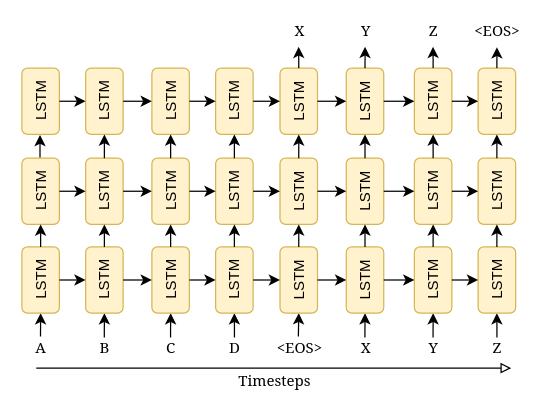
The draw.io diagram seq2seqmodel.drawio in pkhdipraja/nlp-highlights, before the edit. Source tidied: cells renumbered, new cells numbered last; positions are measured from the earlier drawing's top-left corner, leaving out a move shared by most shapes. Both pictures are drawn from the tidied source at 125%, with x=0, y=0 at pixel (8, 21).
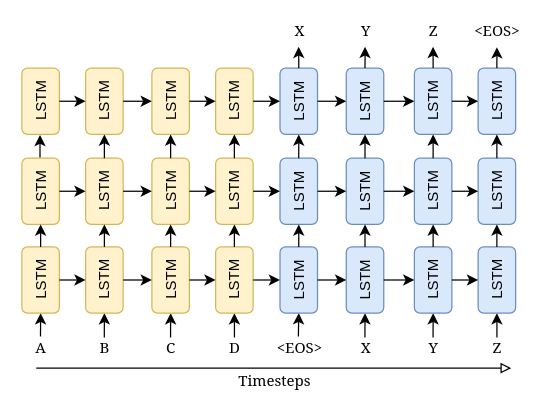
The same diagram, later.

Diff of the diagram source:
```diff
@@
-    <mxCell id="49" value="LSTM" style="rounded=1;whiteSpace=wrap;html=1;fillColor=#fff2cc;strokeColor=#d6b656;shadow=0;glass=0;comic=0;rotation=-90;" parent="1" vertex="1">
+    <mxCell id="49" value="LSTM" style="rounded=1;whiteSpace=wrap;html=1;fillColor=#dae8fc;strokeColor=#6c8ebf;shadow=0;glass=0;comic=0;rotation=-90;" parent="1" vertex="1">
       <mxGeometry x="206" y="191.5" width="53" height="30" as="geometry" />
     </mxCell>
-    <mxCell id="50" value="LSTM" style="rounded=1;whiteSpace=wrap;html=1;fillColor=#fff2cc;strokeColor=#d6b656;shadow=0;glass=0;comic=0;rotation=-90;" parent="1" vertex="1">
+    <mxCell id="50" value="LSTM" style="rounded=1;whiteSpace=wrap;html=1;fillColor=#dae8fc;strokeColor=#6c8ebf;shadow=0;glass=0;comic=0;rotation=-90;" parent="1" vertex="1">
       <mxGeometry x="259" y="191.5" width="53" height="30" as="geometry" />
     </mxCell>
-    <mxCell id="51" value="LSTM" style="rounded=1;whiteSpace=wrap;html=1;fillColor=#fff2cc;strokeColor=#d6b656;shadow=0;glass=0;comic=0;rotation=-90;" parent="1" vertex="1">
+    <mxCell id="51" value="LSTM" style="rounded=1;whiteSpace=wrap;html=1;fillColor=#dae8fc;strokeColor=#6c8ebf;shadow=0;glass=0;comic=0;rotation=-90;" parent="1" vertex="1">
       <mxGeometry x="313.5" y="191.5" width="53" height="30" as="geometry" />
     </mxCell>
-    <mxCell id="52" value="LSTM" style="rounded=1;whiteSpace=wrap;html=1;fillColor=#fff2cc;strokeColor=#d6b656;shadow=0;glass=0;comic=0;rotation=-90;" parent="1" vertex="1">
+    <mxCell id="52" value="LSTM" style="rounded=1;whiteSpace=wrap;html=1;fillColor=#dae8fc;strokeColor=#6c8ebf;shadow=0;glass=0;comic=0;rotation=-90;" parent="1" vertex="1">
       <mxGeometry x="364.5" y="191.5" width="53" height="30" as="geometry" />
     </mxCell>
@@
-    <mxCell id="56" value="LSTM" style="rounded=1;whiteSpace=wrap;html=1;fillColor=#fff2cc;strokeColor=#d6b656;shadow=0;glass=0;comic=0;rotation=-90;" parent="1" vertex="1">
+    <mxCell id="56" value="LSTM" style="rounded=1;whiteSpace=wrap;html=1;fillColor=#dae8fc;strokeColor=#6c8ebf;shadow=0;glass=0;comic=0;rotation=-90;" parent="1" vertex="1">
       <mxGeometry x="206" y="120.5" width="53" height="30" as="geometry" />
     </mxCell>
-    <mxCell id="57" value="LSTM" style="rounded=1;whiteSpace=wrap;html=1;fillColor=#fff2cc;strokeColor=#d6b656;shadow=0;glass=0;comic=0;rotation=-90;" parent="1" vertex="1">
+    <mxCell id="57" value="LSTM" style="rounded=1;whiteSpace=wrap;html=1;fillColor=#dae8fc;strokeColor=#6c8ebf;shadow=0;glass=0;comic=0;rotation=-90;" parent="1" vertex="1">
       <mxGeometry x="259" y="120.5" width="53" height="30" as="geometry" />
     </mxCell>
-    <mxCell id="58" value="LSTM" style="rounded=1;whiteSpace=wrap;html=1;fillColor=#fff2cc;strokeColor=#d6b656;shadow=0;glass=0;comic=0;rotation=-90;" parent="1" vertex="1">
+    <mxCell id="58" value="LSTM" style="rounded=1;whiteSpace=wrap;html=1;fillColor=#dae8fc;strokeColor=#6c8ebf;shadow=0;glass=0;comic=0;rotation=-90;" parent="1" vertex="1">
       <mxGeometry x="364.5" y="48.5" width="53" height="30" as="geometry" />
     </mxCell>
-    <mxCell id="59" value="LSTM" style="rounded=1;whiteSpace=wrap;html=1;fillColor=#fff2cc;strokeColor=#d6b656;shadow=0;glass=0;comic=0;rotation=-90;" parent="1" vertex="1">
+    <mxCell id="59" value="LSTM" style="rounded=1;whiteSpace=wrap;html=1;fillColor=#dae8fc;strokeColor=#6c8ebf;shadow=0;glass=0;comic=0;rotation=-90;" parent="1" vertex="1">
       <mxGeometry x="313.5" y="120.5" width="53" height="30" as="geometry" />
     </mxCell>
-    <mxCell id="60" value="LSTM" style="rounded=1;whiteSpace=wrap;html=1;fillColor=#fff2cc;strokeColor=#d6b656;shadow=0;glass=0;comic=0;rotation=-90;" parent="1" vertex="1">
+    <mxCell id="60" value="LSTM" style="rounded=1;whiteSpace=wrap;html=1;fillColor=#dae8fc;strokeColor=#6c8ebf;shadow=0;glass=0;comic=0;rotation=-90;" parent="1" vertex="1">
       <mxGeometry x="206" y="48.5" width="53" height="30" as="geometry" />
     </mxCell>
-    <mxCell id="61" value="LSTM" style="rounded=1;whiteSpace=wrap;html=1;fillColor=#fff2cc;strokeColor=#d6b656;shadow=0;glass=0;comic=0;rotation=-90;" parent="1" vertex="1">
+    <mxCell id="61" value="LSTM" style="rounded=1;whiteSpace=wrap;html=1;fillColor=#dae8fc;strokeColor=#6c8ebf;shadow=0;glass=0;comic=0;rotation=-90;" parent="1" vertex="1">
       <mxGeometry x="259" y="48.5" width="53" height="30" as="geometry" />
     </mxCell>
-    <mxCell id="62" value="LSTM" style="rounded=1;whiteSpace=wrap;html=1;fillColor=#fff2cc;strokeColor=#d6b656;shadow=0;glass=0;comic=0;rotation=-90;" parent="1" vertex="1">
+    <mxCell id="62" value="LSTM" style="rounded=1;whiteSpace=wrap;html=1;fillColor=#dae8fc;strokeColor=#6c8ebf;shadow=0;glass=0;comic=0;rotation=-90;" parent="1" vertex="1">
       <mxGeometry x="313.5" y="48.5" width="53" height="30" as="geometry" />
     </mxCell>
-    <mxCell id="63" value="LSTM" style="rounded=1;whiteSpace=wrap;html=1;fillColor=#fff2cc;strokeColor=#d6b656;shadow=0;glass=0;comic=0;rotation=-90;" parent="1" vertex="1">
+    <mxCell id="63" value="LSTM" style="rounded=1;whiteSpace=wrap;html=1;fillColor=#dae8fc;strokeColor=#6c8ebf;shadow=0;glass=0;comic=0;rotation=-90;" parent="1" vertex="1">
       <mxGeometry x="364.5" y="120.5" width="53" height="30" as="geometry" />
     </mxCell>
```
